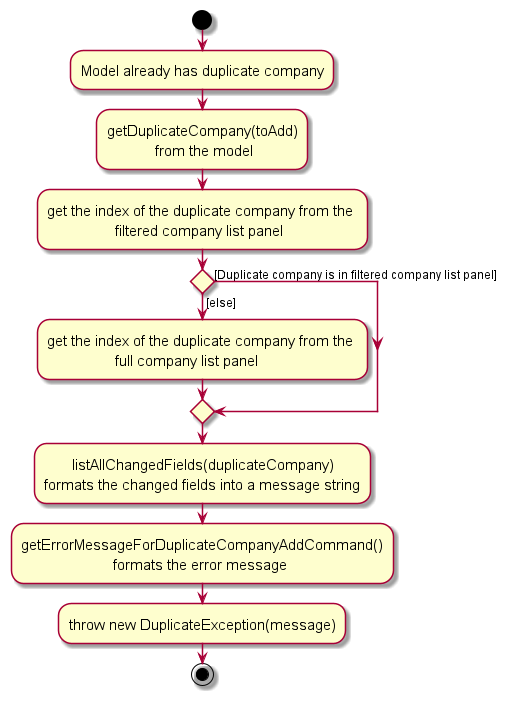
Earlier version of the PlantUML export docs/images/duplicate-detection/add-command/DuplicateActivityDiagram.png (tayruxin/tp).
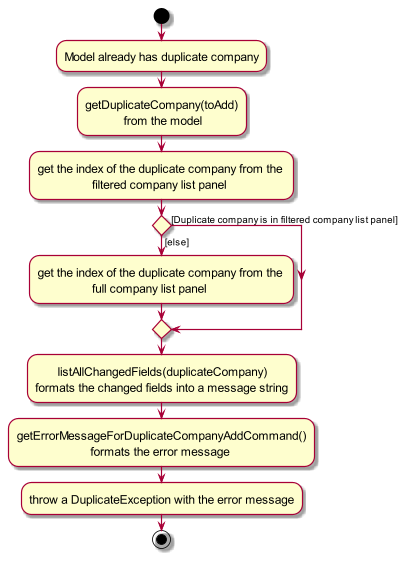
The same diagram one commit later.

The edit, as a diff of the source:
```diff
@@ -15,6 +15,6 @@
 
 :       listAllChangedFields(duplicateCompany)\nformats the changed fields into a message string;
 :getErrorMessageForDuplicateCompanyAddCommand()\n                       formats the error message;
-:throw new DuplicateException(message);
+:throw a DuplicateException with the error message;
 stop
 @enduml
```
